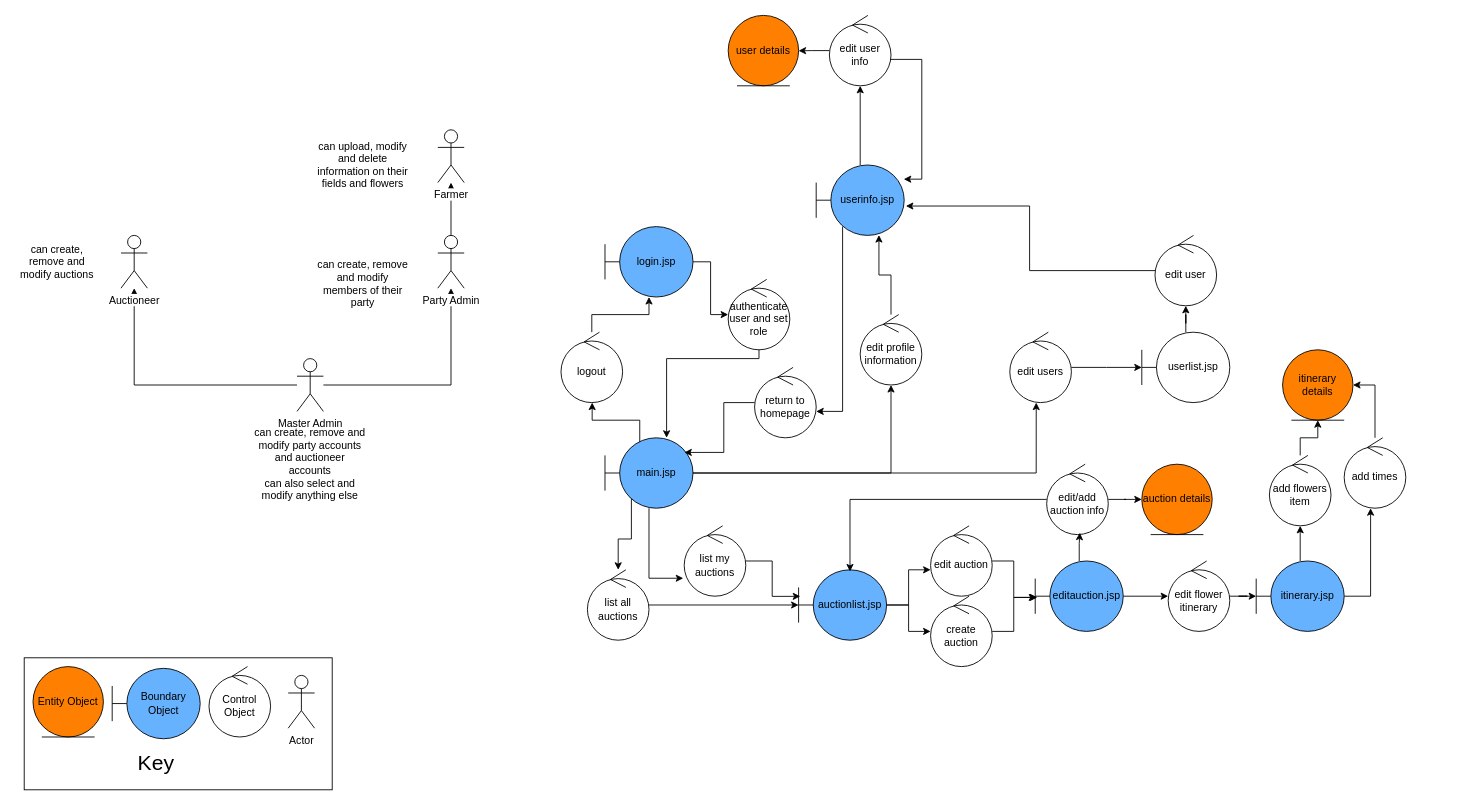
This is documentation/uml/robustness diagram.drawio from Spleggy/com600, a draw.io file, before an edit. Source tidied: cells renumbered, new cells numbered last; positions are measured from the earlier drawing's top-left corner, leaving out a move shared by most shapes. Both pictures are drawn from the tidied source at 88%, with x=0, y=0 at pixel (15, 15).
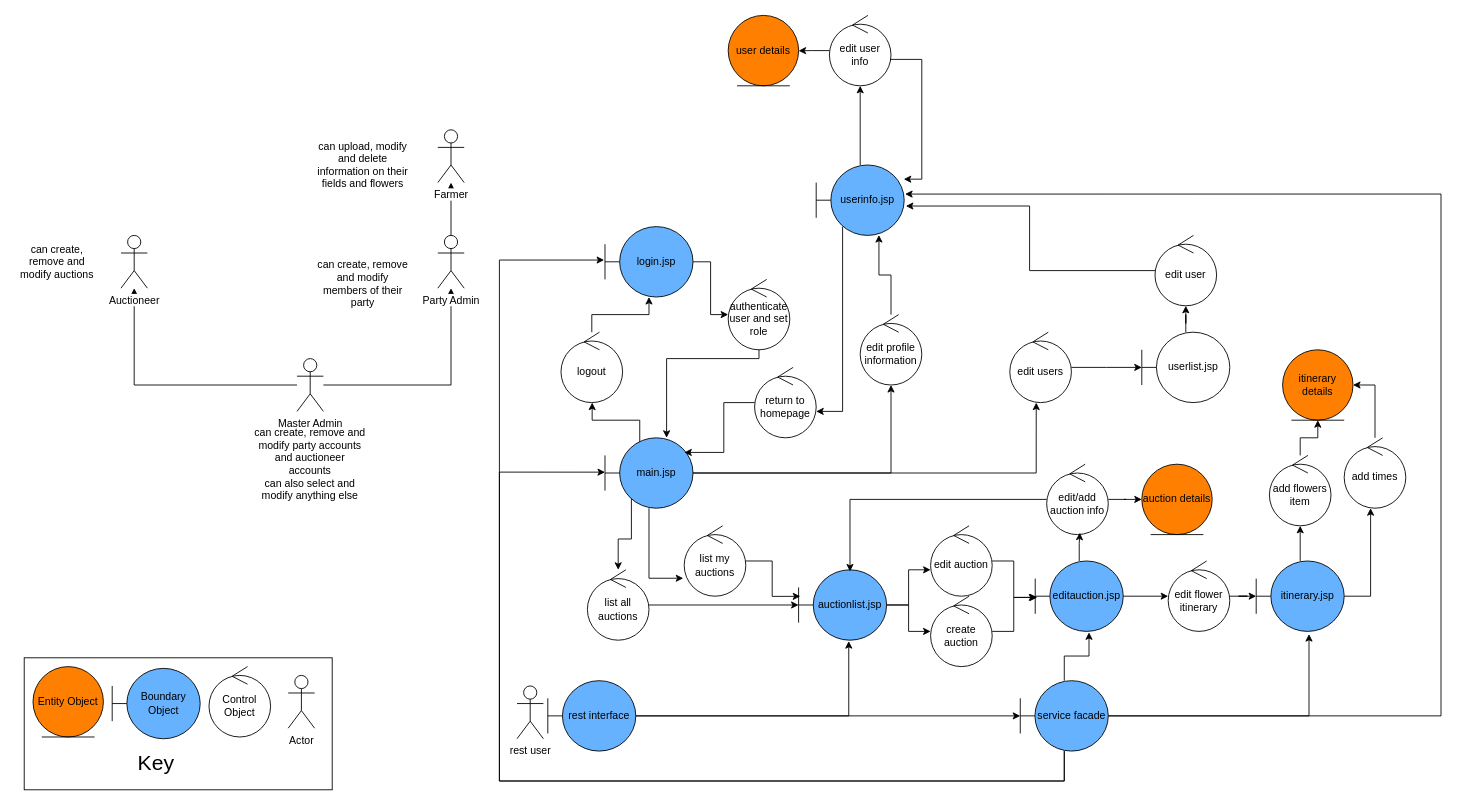
The same page after the edit.

Commit message (it also covers changes not shown here):
added rest side of robustness

Unchanged cells that the change refers to:
```xml
<mxCell id="15" value="login.jsp" style="shape=umlBoundary;whiteSpace=wrap;html=1;fillColor=#66B2FF;" parent="1" vertex="1">
  <mxGeometry x="670" y="240" width="100" height="80" as="geometry" />
</mxCell>
<mxCell id="18" value="userinfo.jsp" style="shape=umlBoundary;whiteSpace=wrap;html=1;fillColor=#66B2FF;" parent="1" vertex="1">
  <mxGeometry x="910" y="170" width="100" height="80" as="geometry" />
</mxCell>
<mxCell id="29" value="main.jsp" style="shape=umlBoundary;whiteSpace=wrap;html=1;fillColor=#66B2FF;" parent="1" vertex="1">
  <mxGeometry x="670" y="480" width="100" height="80" as="geometry" />
</mxCell>
<mxCell id="48" value="auctionlist.jsp" style="shape=umlBoundary;whiteSpace=wrap;html=1;fillColor=#66B2FF;" parent="1" vertex="1">
  <mxGeometry x="890" y="630" width="100" height="80" as="geometry" />
</mxCell>
<mxCell id="55" value="editauction.jsp" style="shape=umlBoundary;whiteSpace=wrap;html=1;fillColor=#66B2FF;" parent="1" vertex="1">
  <mxGeometry x="1158.9" y="620" width="100" height="80" as="geometry" />
</mxCell>
<mxCell id="63" value="itinerary.jsp" style="shape=umlBoundary;whiteSpace=wrap;html=1;fillColor=#66B2FF;" parent="1" vertex="1">
  <mxGeometry x="1410" y="620" width="100" height="80" as="geometry" />
</mxCell>
```

The edit, as a diff of the source:
```diff
@@
+    <mxCell id="76" style="edgeStyle=orthogonalEdgeStyle;rounded=0;jettySize=auto;html=1;" parent="1" edge="1" source="78" target="84">
+      <mxGeometry relative="1" as="geometry" />
+    </mxCell>
+    <mxCell id="77" style="edgeStyle=orthogonalEdgeStyle;rounded=0;jettySize=auto;html=1;entryX=0.57;entryY=1.013;entryDx=0;entryDy=0;entryPerimeter=0;" parent="1" edge="1" source="78" target="48">
+      <mxGeometry relative="1" as="geometry" />
+    </mxCell>
+    <mxCell id="78" value="rest interface" style="shape=umlBoundary;whiteSpace=wrap;html=1;fillColor=#66B2FF;" parent="1" vertex="1">
+      <mxGeometry x="605" y="756" width="100" height="80" as="geometry" />
+    </mxCell>
+    <mxCell id="79" style="edgeStyle=orthogonalEdgeStyle;rounded=0;jettySize=auto;html=1;entryX=0.611;entryY=1.013;entryDx=0;entryDy=0;entryPerimeter=0;" parent="1" edge="1" source="84" target="55">
+      <mxGeometry relative="1" as="geometry" />
+    </mxCell>
+    <mxCell id="80" style="edgeStyle=orthogonalEdgeStyle;rounded=0;jettySize=auto;html=1;entryX=0.6;entryY=1.038;entryDx=0;entryDy=0;entryPerimeter=0;" parent="1" edge="1" source="84" target="63">
+      <mxGeometry relative="1" as="geometry" />
+    </mxCell>
+    <mxCell id="81" style="edgeStyle=orthogonalEdgeStyle;rounded=0;jettySize=auto;html=1;entryX=1.01;entryY=0.413;entryDx=0;entryDy=0;entryPerimeter=0;" parent="1" edge="1" source="84" target="18">
+      <mxGeometry relative="1" as="geometry">
+        <Array as="points">
+          <mxPoint x="1620" y="796" />
+          <mxPoint x="1620" y="203" />
+        </Array>
+      </mxGeometry>
+    </mxCell>
+    <mxCell id="82" style="edgeStyle=orthogonalEdgeStyle;rounded=0;jettySize=auto;html=1;entryX=0;entryY=0.488;entryDx=0;entryDy=0;entryPerimeter=0;" parent="1" edge="1" source="84" target="29">
+      <mxGeometry relative="1" as="geometry">
+        <Array as="points">
+          <mxPoint x="1192" y="870" />
+          <mxPoint x="550" y="870" />
+          <mxPoint x="550" y="519" />
+        </Array>
+      </mxGeometry>
+    </mxCell>
+    <mxCell id="83" style="edgeStyle=orthogonalEdgeStyle;rounded=0;jettySize=auto;html=1;entryX=-0.01;entryY=0.475;entryDx=0;entryDy=0;entryPerimeter=0;" parent="1" edge="1" source="84" target="15">
+      <mxGeometry relative="1" as="geometry">
+        <Array as="points">
+          <mxPoint x="1192" y="870" />
+          <mxPoint x="550" y="870" />
+          <mxPoint x="550" y="278" />
+        </Array>
+      </mxGeometry>
+    </mxCell>
+    <mxCell id="84" value="service facade" style="shape=umlBoundary;whiteSpace=wrap;html=1;fillColor=#66B2FF;" parent="1" vertex="1">
+      <mxGeometry x="1141.9" y="756" width="100" height="80" as="geometry" />
+    </mxCell>
+    <mxCell id="85" value="rest user" style="shape=umlActor;verticalLabelPosition=bottom;labelBackgroundColor=#ffffff;verticalAlign=top;html=1;" parent="1" vertex="1">
+      <mxGeometry x="570" y="762" width="30" height="60" as="geometry" />
+    </mxCell>
```
